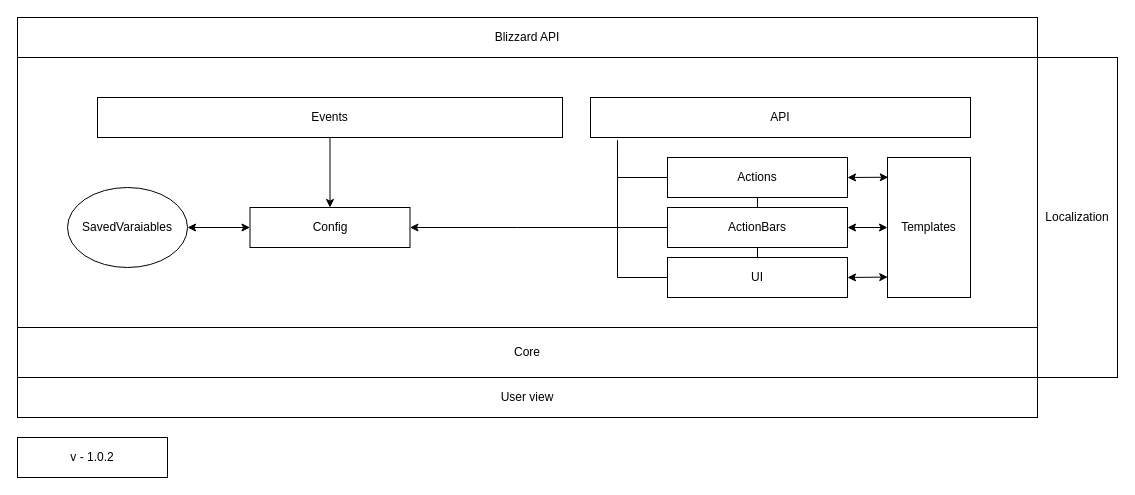
Before: Diagrams/SmartBars_flow.drawio in Beginnerstudios/Smartbars, a draw.io diagram. Source tidied: cells renumbered, new cells numbered last; positions are measured from the earlier drawing's top-left corner, leaving out a move shared by most shapes. Both pictures are drawn from the tidied source at 100%, with x=0, y=0 at pixel (17, 17).
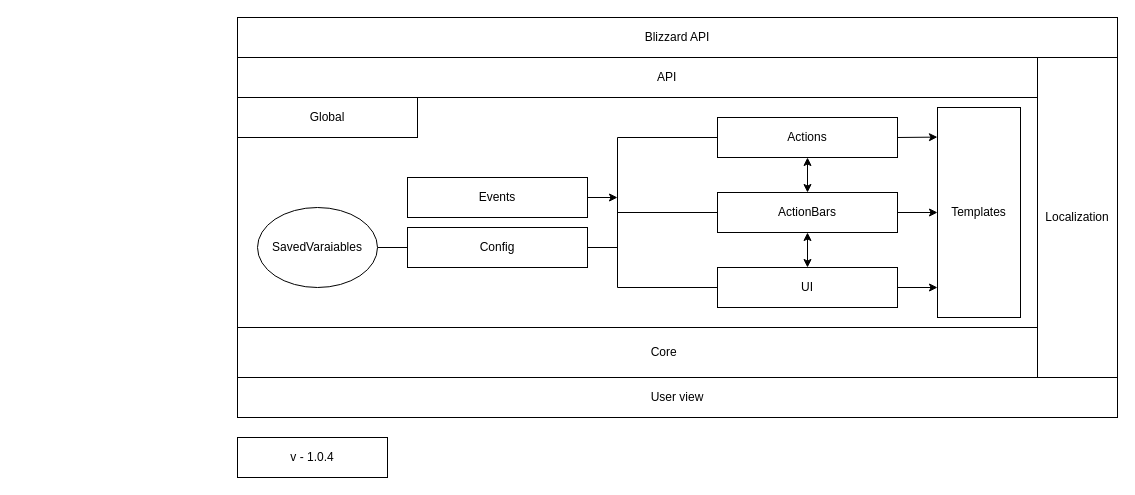
The same diagram, later.

What changed in the source:
```diff
@@
     <mxCell id="2" style="rounded=0;whiteSpace=wrap;html=1;labelPosition=center;verticalLabelPosition=top;align=center;verticalAlign=bottom;spacingLeft=2;textDirection=ltr;" parent="1" vertex="1">
-      <mxGeometry y="40" width="1020" height="270" as="geometry" />
+      <mxGeometry x="220" y="40" width="850" height="270" as="geometry" />
     </mxCell>
     <mxCell id="3" value="Blizzard API" style="rounded=0;whiteSpace=wrap;html=1;" parent="1" vertex="1">
-      <mxGeometry width="1020" height="40" as="geometry" />
+      <mxGeometry x="220" width="880" height="40" as="geometry" />
     </mxCell>
-    <mxCell id="4" value="API" style="rounded=0;whiteSpace=wrap;html=1;" parent="1" vertex="1">
-      <mxGeometry x="573" y="80" width="380" height="40" as="geometry" />
+    <mxCell id="4" value="&amp;nbsp; &amp;nbsp; &amp;nbsp; &amp;nbsp; &amp;nbsp; &amp;nbsp; &amp;nbsp; &amp;nbsp; &amp;nbsp; API" style="rounded=0;whiteSpace=wrap;html=1;" parent="1" vertex="1">
+      <mxGeometry x="220" y="40" width="800" height="40" as="geometry" />
     </mxCell>
     <mxCell id="5" value="Actions" style="rounded=0;whiteSpace=wrap;html=1;" parent="1" vertex="1">
-      <mxGeometry x="650" y="140" width="180" height="40" as="geometry" />
+      <mxGeometry x="700" y="100" width="180" height="40" as="geometry" />
     </mxCell>
     <mxCell id="6" value="UI" style="rounded=0;whiteSpace=wrap;html=1;" parent="1" vertex="1">
-      <mxGeometry x="650" y="240" width="180" height="40" as="geometry" />
+      <mxGeometry x="700" y="250" width="180" height="40" as="geometry" />
     </mxCell>
     <mxCell id="7" value="Config" style="rounded=0;whiteSpace=wrap;html=1;" parent="1" vertex="1">
-      <mxGeometry x="232.5" y="190" width="160" height="40" as="geometry" />
+      <mxGeometry x="390" y="210" width="180" height="40" as="geometry" />
     </mxCell>
-    <mxCell id="8" style="edgeStyle=orthogonalEdgeStyle;rounded=0;jettySize=auto;html=1;startArrow=none;startFill=0;endArrow=classic;endFill=1;" parent="1" edge="1" source="9" target="7">
-      <mxGeometry relative="1" as="geometry" />
-    </mxCell>
     <mxCell id="9" value="&lt;div&gt;Events&lt;/div&gt;" style="rounded=0;whiteSpace=wrap;html=1;" parent="1" vertex="1">
-      <mxGeometry x="80" y="80" width="465" height="40" as="geometry" />
+      <mxGeometry x="390" y="160" width="180" height="40" as="geometry" />
     </mxCell>
-    <mxCell id="10" style="edgeStyle=orthogonalEdgeStyle;rounded=0;jettySize=auto;html=1;entryX=0;entryY=0.5;entryDx=0;entryDy=0;startArrow=classic;startFill=1;" parent="1" edge="1" source="11" target="7">
+    <mxCell id="10" style="edgeStyle=orthogonalEdgeStyle;rounded=0;jettySize=auto;html=1;startArrow=none;startFill=0;entryX=0;entryY=0.5;entryDx=0;entryDy=0;endArrow=none;endFill=0;" parent="1" edge="1" source="11" target="7">
       <mxGeometry relative="1" as="geometry" />
     </mxCell>
     <mxCell id="11" value="SavedVaraiables" style="ellipse;whiteSpace=wrap;html=1;" parent="1" vertex="1">
-      <mxGeometry x="50" y="170" width="120" height="80" as="geometry" />
+      <mxGeometry x="240" y="190" width="120" height="80" as="geometry" />
     </mxCell>
-    <mxCell id="12" value="Core" style="rounded=0;whiteSpace=wrap;html=1;" parent="1" vertex="1">
-      <mxGeometry y="310" width="1020" height="50" as="geometry" />
+    <mxCell id="12" value="&amp;nbsp; &amp;nbsp; &amp;nbsp; &amp;nbsp; &amp;nbsp; &amp;nbsp; &amp;nbsp; &amp;nbsp; Core" style="rounded=0;whiteSpace=wrap;html=1;" parent="1" vertex="1">
+      <mxGeometry x="220" y="310" width="800" height="50" as="geometry" />
     </mxCell>
     <mxCell id="13" value="User view" style="rounded=0;whiteSpace=wrap;html=1;" parent="1" vertex="1">
-      <mxGeometry y="360" width="1020" height="40" as="geometry" />
+      <mxGeometry x="220" y="360" width="880" height="40" as="geometry" />
     </mxCell>
-    <mxCell id="14" value="&lt;div&gt;v - 1.0.2&lt;/div&gt;" style="rounded=0;whiteSpace=wrap;html=1;" parent="1" vertex="1">
-      <mxGeometry y="420" width="150" height="40" as="geometry" />
+    <mxCell id="14" value="&lt;div&gt;v - 1.0.4&lt;/div&gt;" style="rounded=0;whiteSpace=wrap;html=1;" parent="1" vertex="1">
+      <mxGeometry x="220" y="420" width="150" height="40" as="geometry" />
     </mxCell>
     <mxCell id="15" value="ActionBars" style="rounded=0;whiteSpace=wrap;html=1;" parent="1" vertex="1">
-      <mxGeometry x="650" y="190" width="180" height="40" as="geometry" />
+      <mxGeometry x="700" y="175" width="180" height="40" as="geometry" />
     </mxCell>
     <mxCell id="16" value="Templates" style="rounded=0;whiteSpace=wrap;html=1;" parent="1" vertex="1">
-      <mxGeometry x="870" y="140" width="83" height="140" as="geometry" />
+      <mxGeometry x="920" y="90" width="83" height="210" as="geometry" />
     </mxCell>
-    <mxCell id="17" style="endArrow=classic;html=1;exitX=1;exitY=0.5;exitDx=0;exitDy=0;entryX=0.009;entryY=0.141;entryDx=0;entryDy=0;entryPerimeter=0;startArrow=classic;startFill=1;endFill=1;" parent="1" edge="1" source="5" target="16">
-      <mxGeometry relative="1" as="geometry" />
-    </mxCell>
-    <mxCell id="18" style="endArrow=classic;html=1;exitX=1;exitY=0.5;exitDx=0;exitDy=0;entryX=0;entryY=0.5;entryDx=0;entryDy=0;endFill=1;startArrow=classic;startFill=1;" parent="1" edge="1" source="15" target="16">
-      <mxGeometry relative="1" as="geometry" />
-    </mxCell>
-    <mxCell id="19" style="endArrow=classic;html=1;exitX=1;exitY=0.5;exitDx=0;exitDy=0;entryX=0.003;entryY=0.854;entryDx=0;entryDy=0;entryPerimeter=0;endFill=1;startArrow=classic;startFill=1;" parent="1" edge="1" source="6" target="16">
-      <mxGeometry relative="1" as="geometry" />
-    </mxCell>
-    <mxCell id="20" style="endArrow=none;html=1;exitX=1;exitY=0.5;exitDx=0;exitDy=0;startArrow=classic;startFill=1;" parent="1" edge="1" source="7">
-      <mxGeometry relative="1" as="geometry">
-        <mxPoint x="500" y="210" as="targetPoint" />
-      </mxGeometry>
-    </mxCell>
-    <mxCell id="21" style="endArrow=none;html=1;entryX=0;entryY=0.5;entryDx=0;entryDy=0;" parent="1" edge="1" target="6">
-      <mxGeometry relative="1" as="geometry">
-        <mxPoint x="600" y="260" as="sourcePoint" />
-      </mxGeometry>
-    </mxCell>
-    <mxCell id="22" style="endArrow=none;html=1;exitX=0;exitY=0.5;exitDx=0;exitDy=0;endFill=0;" parent="1" edge="1" source="15">
+    <mxCell id="22" style="endArrow=none;html=1;endFill=0;startArrow=none;startFill=0;" parent="1" edge="1">
       <mxGeometry relative="1" as="geometry">
-        <mxPoint x="500" y="210" as="targetPoint" />
+        <mxPoint x="600" y="230" as="sourcePoint" />
+        <mxPoint x="570" y="230" as="targetPoint" />
       </mxGeometry>
     </mxCell>
-    <mxCell id="23" style="endArrow=none;html=1;" parent="1" edge="1">
-      <mxGeometry relative="1" as="geometry">
-        <mxPoint x="600" y="260" as="sourcePoint" />
-        <mxPoint x="600" y="210" as="targetPoint" />
-      </mxGeometry>
-    </mxCell>
-    <mxCell id="24" style="endArrow=none;html=1;entryX=0;entryY=0.5;entryDx=0;entryDy=0;" parent="1" edge="1" target="5">
-      <mxGeometry relative="1" as="geometry">
-        <mxPoint x="600" y="160" as="sourcePoint" />
-      </mxGeometry>
-    </mxCell>
-    <mxCell id="25" style="endArrow=none;html=1;" parent="1" edge="1">
-      <mxGeometry relative="1" as="geometry">
-        <mxPoint x="600" y="210" as="sourcePoint" />
-        <mxPoint x="600" y="160" as="targetPoint" />
-      </mxGeometry>
-    </mxCell>
-    <mxCell id="26" style="endArrow=none;html=1;exitX=0.071;exitY=1.067;exitDx=0;exitDy=0;exitPerimeter=0;" parent="1" edge="1" source="4">
-      <mxGeometry relative="1" as="geometry">
-        <mxPoint x="600" y="160" as="targetPoint" />
-      </mxGeometry>
-    </mxCell>
-    <mxCell id="27" style="endArrow=none;html=1;entryX=0.5;entryY=1;entryDx=0;entryDy=0;exitX=0.5;exitY=0;exitDx=0;exitDy=0;" parent="1" edge="1" source="15" target="5">
+    <mxCell id="27" style="endArrow=classic;html=1;entryX=0.5;entryY=1;entryDx=0;entryDy=0;exitX=0.5;exitY=0;exitDx=0;exitDy=0;startArrow=classic;startFill=1;endFill=1;" parent="1" edge="1" source="15" target="5">
       <mxGeometry relative="1" as="geometry" />
     </mxCell>
-    <mxCell id="28" style="endArrow=none;html=1;entryX=0.5;entryY=1;entryDx=0;entryDy=0;exitX=0.5;exitY=0;exitDx=0;exitDy=0;" parent="1" edge="1" source="6" target="15">
+    <mxCell id="28" style="endArrow=classic;html=1;entryX=0.5;entryY=1;entryDx=0;entryDy=0;exitX=0.5;exitY=0;exitDx=0;exitDy=0;startArrow=classic;startFill=1;endFill=1;" parent="1" edge="1" source="6" target="15">
       <mxGeometry relative="1" as="geometry" />
     </mxCell>
@@
+    <mxCell id="30" style="endArrow=none;html=1;endFill=0;entryX=1;entryY=0.5;entryDx=0;entryDy=0;startArrow=classic;startFill=1;" parent="1" edge="1" target="9">
+      <mxGeometry relative="1" as="geometry">
+        <mxPoint x="600" y="180" as="sourcePoint" />
+      </mxGeometry>
+    </mxCell>
+    <mxCell id="31" style="endArrow=none;html=1;endFill=0;startArrow=classic;startFill=1;entryX=1;entryY=0.5;entryDx=0;entryDy=0;" parent="1" edge="1" target="6">
+      <mxGeometry relative="1" as="geometry">
+        <mxPoint x="920" y="270" as="sourcePoint" />
+      </mxGeometry>
+    </mxCell>
+    <mxCell id="32" style="endArrow=none;html=1;endFill=0;startArrow=classic;startFill=1;entryX=1;entryY=0.5;entryDx=0;entryDy=0;exitX=0;exitY=0.5;exitDx=0;exitDy=0;" parent="1" edge="1" source="16" target="15">
+      <mxGeometry relative="1" as="geometry" />
+    </mxCell>
+    <mxCell id="33" style="endArrow=none;html=1;endFill=0;startArrow=classic;startFill=1;entryX=1;entryY=0.5;entryDx=0;entryDy=0;exitX=-0.001;exitY=0.141;exitDx=0;exitDy=0;exitPerimeter=0;" parent="1" edge="1" source="16" target="5">
+      <mxGeometry relative="1" as="geometry" />
+    </mxCell>
+    <mxCell id="34" style="endArrow=none;html=1;entryX=0;entryY=0.5;entryDx=0;entryDy=0;" parent="1" edge="1" target="5">
+      <mxGeometry relative="1" as="geometry">
+        <mxPoint x="600" y="120" as="sourcePoint" />
+      </mxGeometry>
+    </mxCell>
+    <mxCell id="35" style="endArrow=none;html=1;" parent="1" edge="1">
+      <mxGeometry relative="1" as="geometry">
+        <mxPoint x="600" y="270" as="sourcePoint" />
+        <mxPoint x="600" y="120" as="targetPoint" />
+      </mxGeometry>
+    </mxCell>
+    <mxCell id="36" style="endArrow=none;html=1;entryX=0;entryY=0.5;entryDx=0;entryDy=0;" parent="1" edge="1" target="6">
+      <mxGeometry relative="1" as="geometry">
+        <mxPoint x="600" y="270" as="sourcePoint" />
+      </mxGeometry>
+    </mxCell>
+    <mxCell id="37" style="endArrow=none;html=1;exitX=0;exitY=0.5;exitDx=0;exitDy=0;" parent="1" edge="1" source="15">
+      <mxGeometry relative="1" as="geometry">
+        <mxPoint x="600" y="195" as="targetPoint" />
+      </mxGeometry>
+    </mxCell>
+    <mxCell id="38" value="&lt;div&gt;Global&lt;/div&gt;" style="rounded=0;whiteSpace=wrap;html=1;" parent="1" vertex="1">
+      <mxGeometry x="220" y="80" width="180" height="40" as="geometry" />
+    </mxCell>
```
